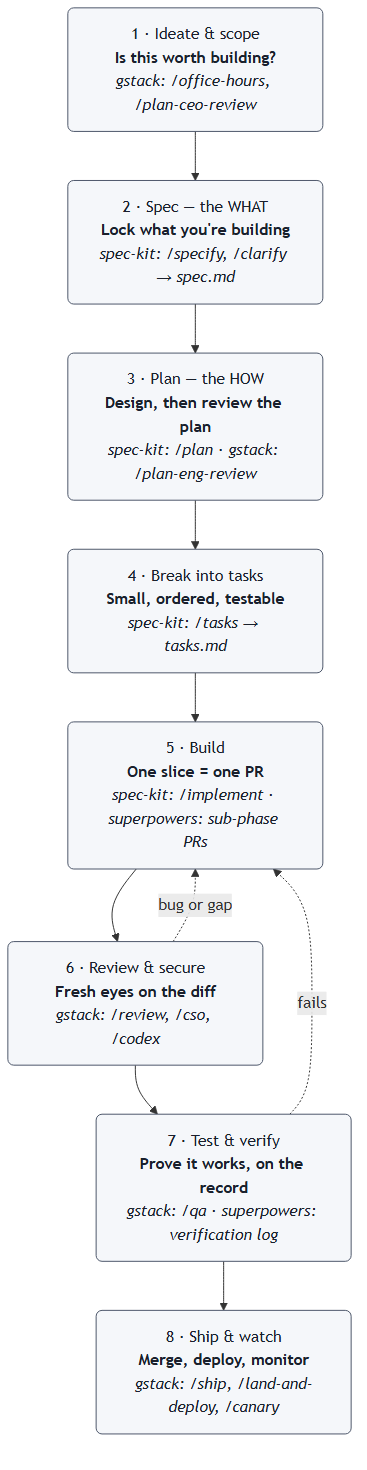
pbhat89/Writer keeps this Mermaid diagram as articles/dev-workflow-blueprint/assets/blueprint.png. Above is the earlier version. Its source is kept beside it as articles/dev-workflow-blueprint/assets/blueprint.mmd.
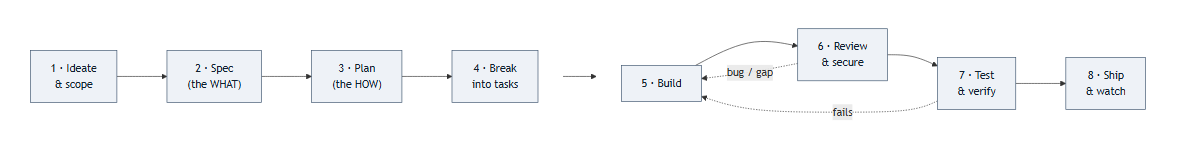
After the commit.

What changed in the source:
```diff
@@ -1,16 +1,17 @@
-flowchart TD
-    A["1 · Ideate & scope<br/><b>Is this worth building?</b><br/><i>gstack: /office-hours, /plan-ceo-review</i>"]
-    B["2 · Spec — the WHAT<br/><b>Lock what you're building</b><br/><i>spec-kit: /specify, /clarify → spec.md</i>"]
-    C["3 · Plan — the HOW<br/><b>Design, then review the plan</b><br/><i>spec-kit: /plan · gstack: /plan-eng-review</i>"]
-    D["4 · Break into tasks<br/><b>Small, ordered, testable</b><br/><i>spec-kit: /tasks → tasks.md</i>"]
-    E["5 · Build<br/><b>One slice = one PR</b><br/><i>spec-kit: /implement · superpowers: sub-phase PRs</i>"]
-    F["6 · Review & secure<br/><b>Fresh eyes on the diff</b><br/><i>gstack: /review, /cso, /codex</i>"]
-    G["7 · Test & verify<br/><b>Prove it works, on the record</b><br/><i>gstack: /qa · superpowers: verification log</i>"]
-    H["8 · Ship & watch<br/><b>Merge, deploy, monitor</b><br/><i>gstack: /ship, /land-and-deploy, /canary</i>"]
+flowchart LR
+    subgraph r1 [" "]
+    direction LR
+    A["1 · Ideate<br/>& scope"] --> B["2 · Spec<br/>(the WHAT)"] --> C["3 · Plan<br/>(the HOW)"] --> D["4 · Break<br/>into tasks"]
+    end
+    subgraph r2 [" "]
+    direction LR
+    E["5 · Build"] --> F["6 · Review<br/>& secure"] --> G["7 · Test<br/>& verify"] --> H["8 · Ship<br/>& watch"]
+    end
+    D --> E
+    F -. "bug / gap" .-> E
+    G -. "fails" .-> E
+    style r1 fill:none,stroke:none
+    style r2 fill:none,stroke:none
 
-    A --> B --> C --> D --> E --> F --> G --> H
-    F -. "bug or gap" .-> E
-    G -. "fails" .-> E
-
-    classDef stage fill:#f5f7fa,stroke:#4a5568,stroke-width:1px,color:#1a202c,rx:6,ry:6;
+    classDef stage fill:#eef2f7,stroke:#3f566f,stroke-width:1px,color:#12202f;
     class A,B,C,D,E,F,G,H stage;
```
